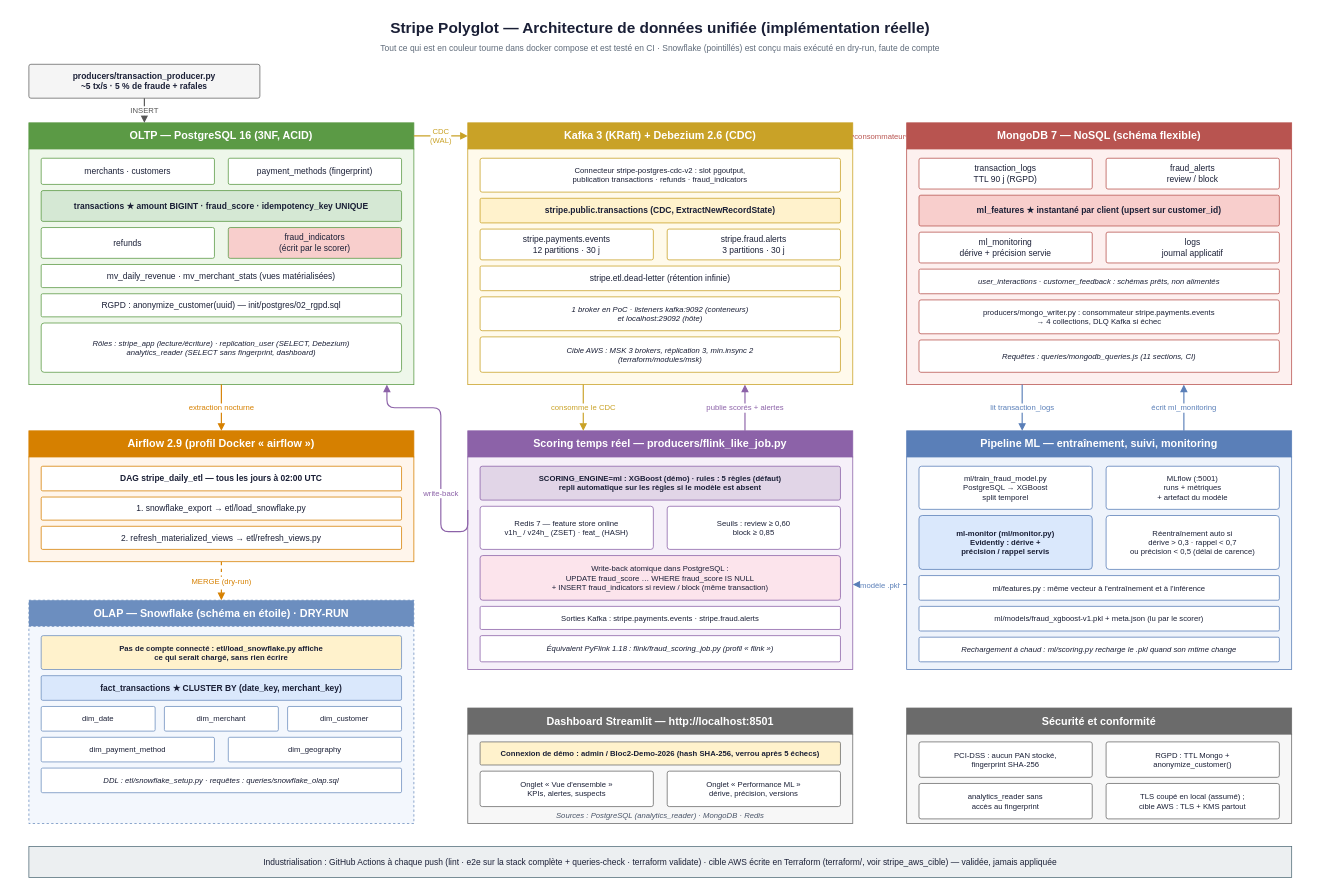
Above: presentation/stripe_architecture_globale.drawio in PDUCLOS/BLOC2-STRIPE (draw.io), before the change. Source tidied: cells renumbered, new cells numbered last; positions are measured from the earlier drawing's top-left corner, leaving out a move shared by most shapes. Both pictures are drawn from the tidied source at 77%, with x=0, y=0 at pixel (13, 13).
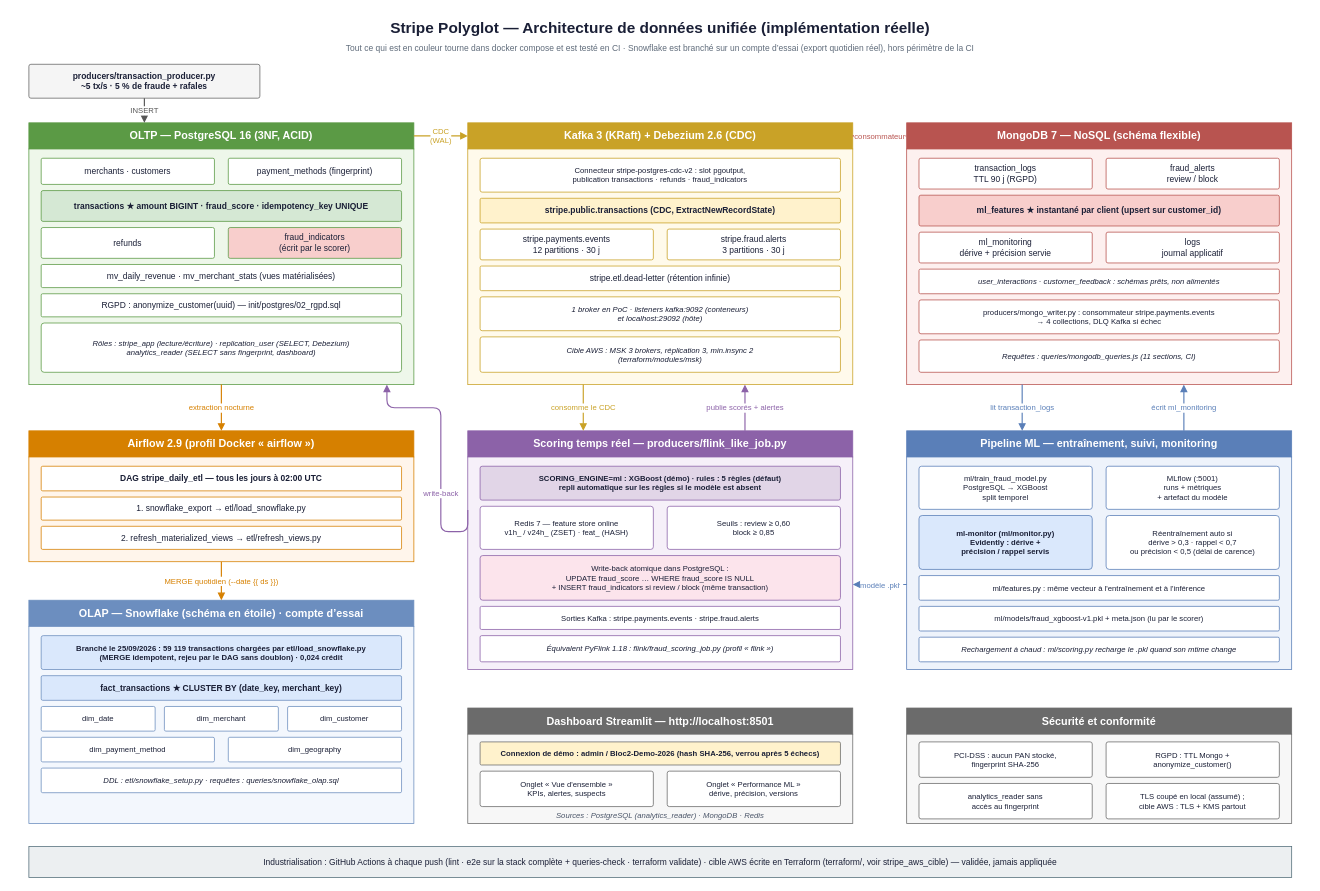
The same diagram, later.

Unchanged cells that the change refers to:
```xml
<mxCell id="35" style="rounded=0;whiteSpace=wrap;html=1;fillColor=#fff5eb;strokeColor=#d68000;fontSize=11;fontColor=#1a1f36;align=center;verticalAlign=middle;arcSize=6;fontStyle=0;spacingLeft=6;spacingRight=6;" parent="1" vertex="1">
  <mxGeometry x="20" y="576" width="500" height="136" as="geometry" />
</mxCell>
```

Diff of the diagram source:
```diff
@@
-    <mxCell id="3" value="Tout ce qui est en couleur tourne dans docker compose et est testé en CI · Snowflake (pointillés) est conçu mais exécuté en dry-run, faute de compte" style="rounded=1;whiteSpace=wrap;html=1;fillColor=none;strokeColor=none;fontSize=11;fontColor=#5f6b7a;align=center;verticalAlign=middle;arcSize=6;fontStyle=0;spacingLeft=2;spacingRight=2;" parent="1" vertex="1">
+    <mxCell id="3" value="Tout ce qui est en couleur tourne dans docker compose et est testé en CI · Snowflake est branché sur un compte d’essai (export quotidien réel), hors périmètre de la CI" style="rounded=1;whiteSpace=wrap;html=1;fillColor=none;strokeColor=none;fontSize=11;fontColor=#5f6b7a;align=center;verticalAlign=middle;arcSize=6;fontStyle=0;spacingLeft=2;spacingRight=2;" parent="1" vertex="1">
       <mxGeometry y="34" width="1680" height="22" as="geometry" />
     </mxCell>
@@
-    <mxCell id="56" value="OLAP — Snowflake (schéma en étoile) · DRY-RUN" style="rounded=0;whiteSpace=wrap;html=1;fillColor=#6c8ebf;strokeColor=#6c8ebf;fontSize=14;fontColor=#ffffff;align=center;verticalAlign=middle;arcSize=6;fontStyle=1;dashed=1;spacingLeft=6;spacingRight=6;" parent="1" vertex="1">
+    <mxCell id="56" value="OLAP — Snowflake (schéma en étoile) · compte d’essai" style="rounded=0;whiteSpace=wrap;html=1;fillColor=#6c8ebf;strokeColor=#6c8ebf;fontSize=14;fontColor=#ffffff;align=center;verticalAlign=middle;arcSize=6;fontStyle=1;spacingLeft=6;spacingRight=6;" parent="1" vertex="1">
       <mxGeometry x="20" y="762" width="500" height="34" as="geometry" />
     </mxCell>
-    <mxCell id="57" style="rounded=0;whiteSpace=wrap;html=1;fillColor=#f3f7fd;strokeColor=#6c8ebf;fontSize=11;fontColor=#1a1f36;align=center;verticalAlign=middle;arcSize=6;fontStyle=0;dashed=1;spacingLeft=6;spacingRight=6;" parent="1" vertex="1">
+    <mxCell id="57" style="rounded=0;whiteSpace=wrap;html=1;fillColor=#f3f7fd;strokeColor=#6c8ebf;fontSize=11;fontColor=#1a1f36;align=center;verticalAlign=middle;arcSize=6;fontStyle=0;spacingLeft=6;spacingRight=6;" parent="1" vertex="1">
       <mxGeometry x="20" y="796" width="500" height="256" as="geometry" />
     </mxCell>
-    <mxCell id="58" value="Pas de compte connecté : etl/load_snowflake.py affiche&lt;br&gt;ce qui serait chargé, sans rien écrire" style="rounded=1;whiteSpace=wrap;html=1;fillColor=#fff2cc;strokeColor=#6c8ebf;fontSize=10;fontColor=#1a1f36;align=center;verticalAlign=middle;arcSize=6;fontStyle=1;spacingLeft=6;spacingRight=6;" parent="1" vertex="1">
+    <mxCell id="58" value="Branché le 25/09/2026 : 59 119 transactions chargées par etl/load_snowflake.py&lt;br&gt;(MERGE idempotent, rejeu par le DAG sans doublon) · 0,024 crédit" style="rounded=1;whiteSpace=wrap;html=1;fillColor=#dae8fc;strokeColor=#6c8ebf;fontSize=10;fontColor=#1a1f36;align=center;verticalAlign=middle;arcSize=6;fontStyle=1;spacingLeft=6;spacingRight=6;" parent="1" vertex="1">
       <mxGeometry x="36" y="808" width="468" height="44" as="geometry" />
     </mxCell>
@@
-    <mxCell id="89" value="MERGE (dry-run)" style="edgeStyle=orthogonalEdgeStyle;rounded=1;html=1;strokeColor=#d68000;strokeWidth=1.5;fontSize=10;fontColor=#d68000;startArrow=none;endArrow=block;endFill=1;startFill=0;labelBackgroundColor=#ffffff;dashed=1;exitX=0.5;exitY=1;exitDx=0;exitDy=0;entryX=0.5;entryY=0;entryDx=0;entryDy=0;" parent="1" edge="1" source="35" target="56">
+    <mxCell id="89" value="MERGE quotidien (--date {{ ds }})" style="edgeStyle=orthogonalEdgeStyle;rounded=1;html=1;strokeColor=#d68000;strokeWidth=1.5;fontSize=10;fontColor=#d68000;startArrow=none;endArrow=block;endFill=1;startFill=0;labelBackgroundColor=#ffffff;exitX=0.5;exitY=1;exitDx=0;exitDy=0;entryX=0.5;entryY=0;entryDx=0;entryDy=0;" parent="1" edge="1" source="35" target="56">
       <mxGeometry relative="1" as="geometry" />
     </mxCell>
```
